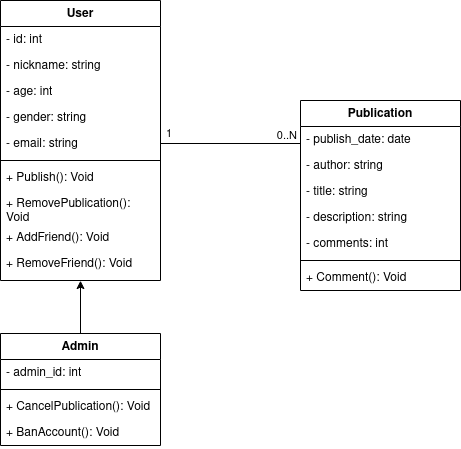
Above: diagramas_clase/red-social/diagrama-clase-red-social.drawio.png in JesusLugo2002/ETS (draw.io), before the change. Source tidied: cells renumbered, new cells last; positions are measured from the earlier drawing's top-left corner, leaving out a move shared by most shapes.
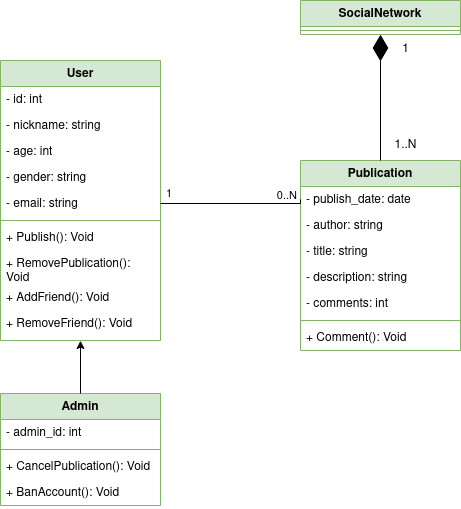
After the change.

The edit, as a diff of the source:
```diff
@@ -2,7 +2,7 @@
   <root>
     <mxCell id="0" />
     <mxCell id="1" parent="0" />
-    <mxCell id="2" value="&lt;div&gt;User&lt;/div&gt;" style="swimlane;fontStyle=1;align=center;verticalAlign=top;horizontal=1;startSize=26;whiteSpace=wrap;html=1;" parent="1" vertex="1">
+    <mxCell id="2" value="&lt;div&gt;User&lt;/div&gt;" style="swimlane;fontStyle=1;align=center;verticalAlign=top;horizontal=1;startSize=26;whiteSpace=wrap;html=1;fillColor=#d5e8d4;strokeColor=#82b366;" parent="1" vertex="1">
       <mxGeometry width="160" height="280" as="geometry" />
     </mxCell>
     <mxCell id="3" value="&lt;div&gt;- id: int&lt;/div&gt;" style="text;strokeColor=none;fillColor=none;align=left;verticalAlign=top;spacingLeft=4;spacingRight=4;overflow=hidden;whiteSpace=wrap;html=1;" parent="2" vertex="1">
@@ -38,7 +38,7 @@
     <mxCell id="13" style="text;strokeColor=none;fillColor=none;align=left;verticalAlign=top;spacingLeft=4;spacingRight=4;overflow=hidden;points=[[0,0.5],[1,0.5]];portConstraint=eastwest;whiteSpace=wrap;html=1;" parent="2" vertex="1">
       <mxGeometry y="276" width="160" height="4" as="geometry" />
     </mxCell>
-    <mxCell id="14" value="Publication" style="swimlane;fontStyle=1;align=center;verticalAlign=top;horizontal=1;startSize=26;whiteSpace=wrap;html=1;" parent="1" vertex="1">
+    <mxCell id="14" value="Publication" style="swimlane;fontStyle=1;align=center;verticalAlign=top;horizontal=1;startSize=26;whiteSpace=wrap;html=1;fillColor=#d5e8d4;strokeColor=#82b366;" parent="1" vertex="1">
       <mxGeometry x="300" y="100" width="160" height="190" as="geometry" />
     </mxCell>
     <mxCell id="15" value="- publish_date: date" style="text;strokeColor=none;fillColor=none;align=left;verticalAlign=top;spacingLeft=4;spacingRight=4;overflow=hidden;points=[[0,0.5],[1,0.5]];portConstraint=eastwest;whiteSpace=wrap;html=1;" parent="14" vertex="1">
@@ -62,7 +62,7 @@
     <mxCell id="21" value="+ Comment(): Void" style="text;strokeColor=none;fillColor=none;align=left;verticalAlign=top;spacingLeft=4;spacingRight=4;overflow=hidden;whiteSpace=wrap;html=1;" parent="14" vertex="1">
       <mxGeometry y="164" width="160" height="26" as="geometry" />
     </mxCell>
-    <mxCell id="22" value="Admin" style="swimlane;fontStyle=1;align=center;verticalAlign=top;horizontal=1;startSize=26;whiteSpace=wrap;html=1;" parent="1" vertex="1">
+    <mxCell id="22" value="Admin" style="swimlane;fontStyle=1;align=center;verticalAlign=top;horizontal=1;startSize=26;whiteSpace=wrap;html=1;fillColor=#d5e8d4;strokeColor=#82b366;" parent="1" vertex="1">
       <mxGeometry y="333" width="160" height="112" as="geometry" />
     </mxCell>
     <mxCell id="23" value="- admin_id: int" style="text;strokeColor=none;fillColor=none;align=left;verticalAlign=top;spacingLeft=4;spacingRight=4;overflow=hidden;whiteSpace=wrap;html=1;" parent="22" vertex="1">
@@ -97,5 +97,20 @@
         <mxPoint x="-3" y="5" as="offset" />
       </mxGeometry>
     </mxCell>
+    <mxCell id="31" value="SocialNetwork" style="swimlane;fontStyle=1;align=center;verticalAlign=top;horizontal=1;startSize=26;whiteSpace=wrap;html=1;fillColor=#d5e8d4;strokeColor=#82b366;" parent="1" vertex="1">
+      <mxGeometry x="300" y="-60" width="160" height="34" as="geometry" />
+    </mxCell>
+    <mxCell id="32" style="line;strokeWidth=1;fillColor=none;align=left;verticalAlign=middle;spacingTop=-1;spacingLeft=3;spacingRight=3;labelPosition=right;strokeColor=inherit;" parent="31" vertex="1">
+      <mxGeometry y="26" width="160" height="8" as="geometry" />
+    </mxCell>
+    <mxCell id="33" style="endArrow=diamondThin;endFill=1;endSize=24;html=1;rounded=0;entryX=0.5;entryY=1;entryDx=0;entryDy=0;exitX=0.5;exitY=0;exitDx=0;exitDy=0;" parent="1" edge="1" source="14" target="31">
+      <mxGeometry relative="1" as="geometry" />
+    </mxCell>
+    <mxCell id="34" value="1" style="text;html=1;align=center;verticalAlign=middle;strokeColor=none;fillColor=none;" parent="1" vertex="1">
+      <mxGeometry x="390" y="-26" width="30" height="30" as="geometry" />
+    </mxCell>
+    <mxCell id="35" value="1..N" style="text;html=1;align=center;verticalAlign=middle;strokeColor=none;fillColor=none;" parent="1" vertex="1">
+      <mxGeometry x="380" y="70" width="50" height="30" as="geometry" />
+    </mxCell>
   </root>
 </mxGraphModel>
```
